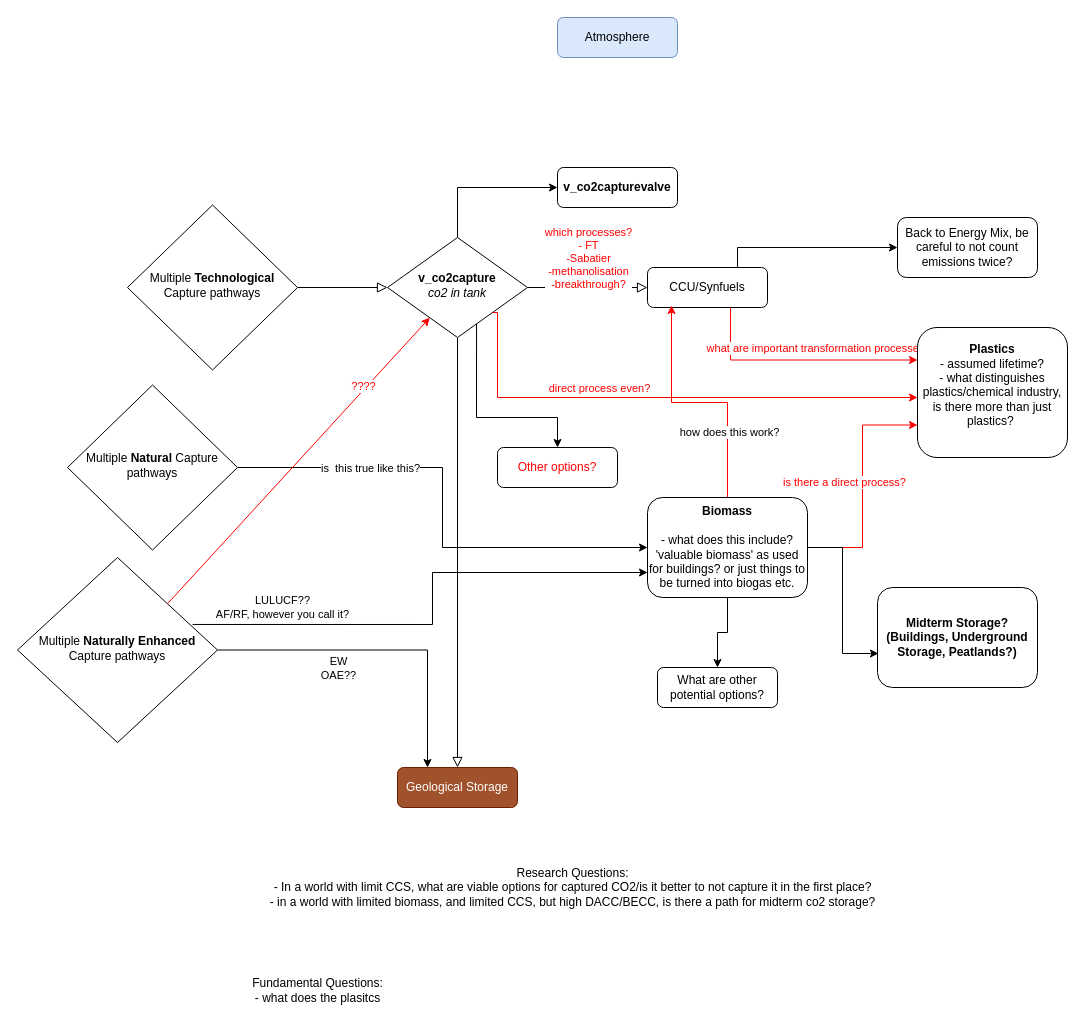
Earlier version of the draw.io diagram biomassplastics.drawio (robertsalzwedel/carma). Source tidied: cells renumbered, new cells numbered last; positions are measured from the earlier drawing's top-left corner, leaving out a move shared by most shapes. Both pictures are drawn from the tidied source at 100%, with x=0, y=0 at pixel (17, 17).
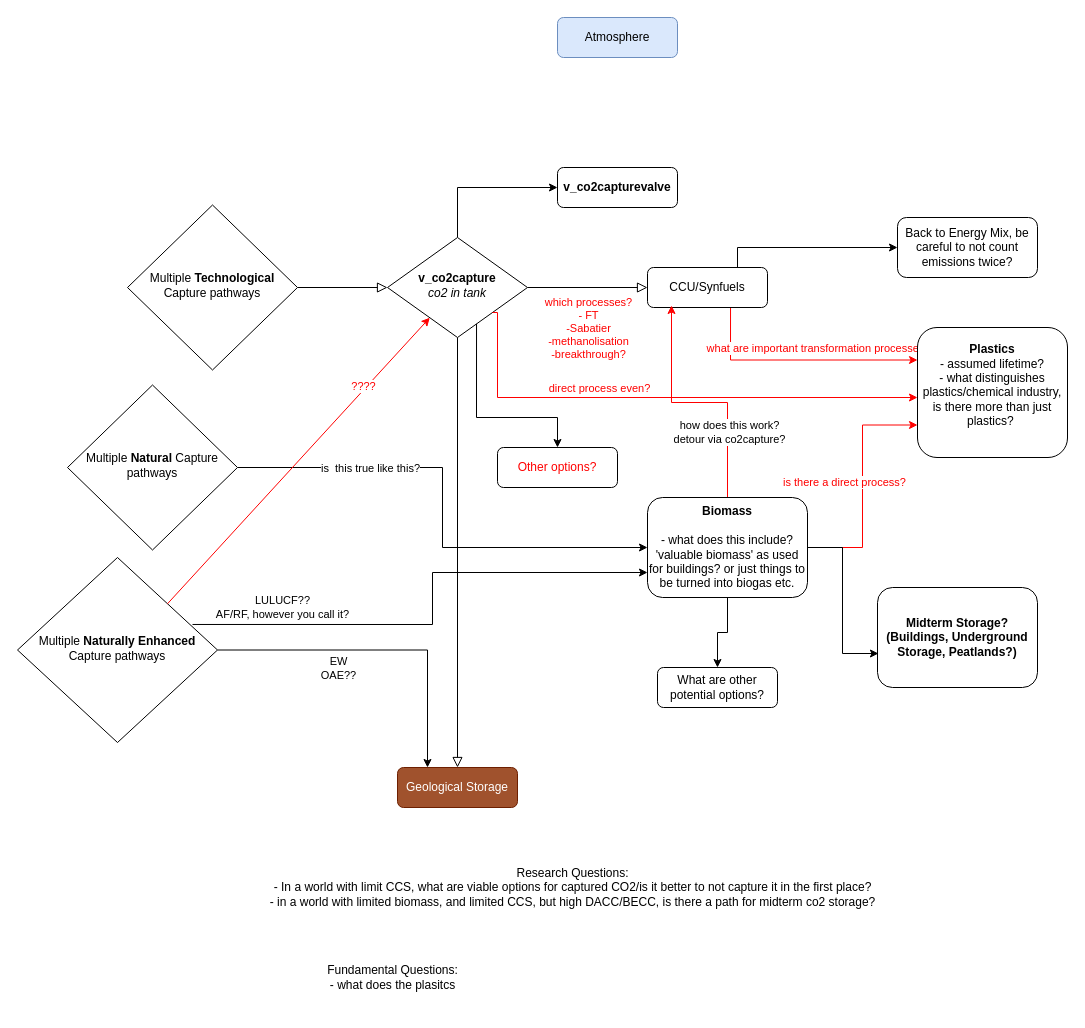
The same page after the edit.

Unchanged cells that the change refers to:
```xml
<mxCell id="5" style="edgeStyle=orthogonalEdgeStyle;rounded=0;html=1;jettySize=auto;fontSize=11;endArrow=block;endFill=0;endSize=8;strokeWidth=1;shadow=0;labelBackgroundColor=none;" parent="1" edge="1" source="9" target="14">
  <mxGeometry y="10" relative="1" as="geometry" />
</mxCell>
<mxCell id="19" style="edgeStyle=orthogonalEdgeStyle;rounded=0;jettySize=auto;html=1;entryX=0.2;entryY=0.95;entryDx=0;entryDy=0;strokeColor=#FF0000;entryPerimeter=0;" parent="1" edge="1" source="24" target="14">
  <mxGeometry relative="1" as="geometry" />
</mxCell>
```

What changed in the source:
```diff
@@
     <mxCell id="6" value="&lt;div&gt;&lt;span style=&quot;color: rgb(255, 0, 0);&quot;&gt;which processes?&lt;/span&gt;&lt;/div&gt;&lt;div&gt;&lt;span style=&quot;color: rgb(255, 0, 0);&quot;&gt;- FT&lt;/span&gt;&lt;/div&gt;&lt;div&gt;&lt;span style=&quot;color: rgb(255, 0, 0);&quot;&gt;-Sabatier&lt;/span&gt;&lt;/div&gt;&lt;div&gt;&lt;span style=&quot;color: rgb(255, 0, 0);&quot;&gt;-methanolisation&lt;/span&gt;&lt;/div&gt;&lt;div&gt;&lt;span style=&quot;color: rgb(255, 0, 0);&quot;&gt;-breakthrough?&lt;br&gt;&lt;/span&gt;&lt;/div&gt;" style="edgeLabel;html=1;align=center;verticalAlign=middle;" parent="5" vertex="1">
       <mxGeometry x="-0.15" y="-1" relative="1" as="geometry">
-        <mxPoint x="9" y="-31" as="offset" />
+        <mxPoint x="9" y="39" as="offset" />
       </mxGeometry>
     </mxCell>
@@
-    <mxCell id="20" value="how does this work?" style="edgeLabel;html=1;align=center;verticalAlign=middle;" parent="19" vertex="1">
+    <mxCell id="20" value="&lt;div&gt;how does this work?&lt;/div&gt;&lt;div&gt;detour via co2capture?&lt;br&gt;&lt;/div&gt;" style="edgeLabel;html=1;align=center;verticalAlign=middle;" parent="19" vertex="1">
       <mxGeometry x="-0.47" y="-1" relative="1" as="geometry" />
     </mxCell>
@@
     <mxCell id="42" value="Fundamental Questions: &lt;br&gt;- what does the plasitcs" style="text;html=1;align=center;verticalAlign=middle;strokeColor=none;fillColor=none;" parent="1" vertex="1">
-      <mxGeometry x="225" y="953" width="150" height="40" as="geometry" />
+      <mxGeometry x="300" y="940" width="150" height="40" as="geometry" />
     </mxCell>
```
